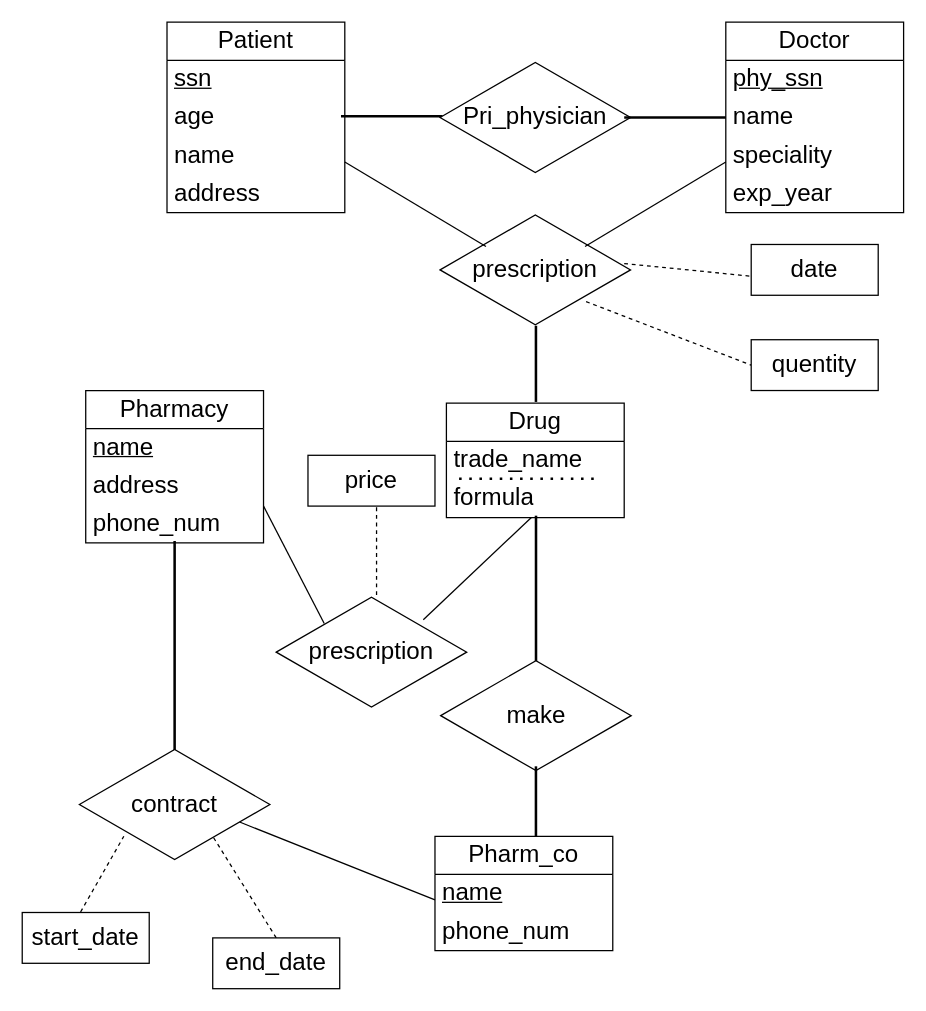
ghostfly23333/homework_for_CICD keeps this draw.io diagram as page "Page-1" (1 of 7) of 未命名绘图.drawio. Above is the earlier version. Source tidied: cells renumbered, new cells numbered last; positions are measured from the earlier drawing's top-left corner, leaving out a move shared by most shapes. Both pictures are drawn from the tidied source at 127%, with x=0, y=0 at pixel (22, 22).
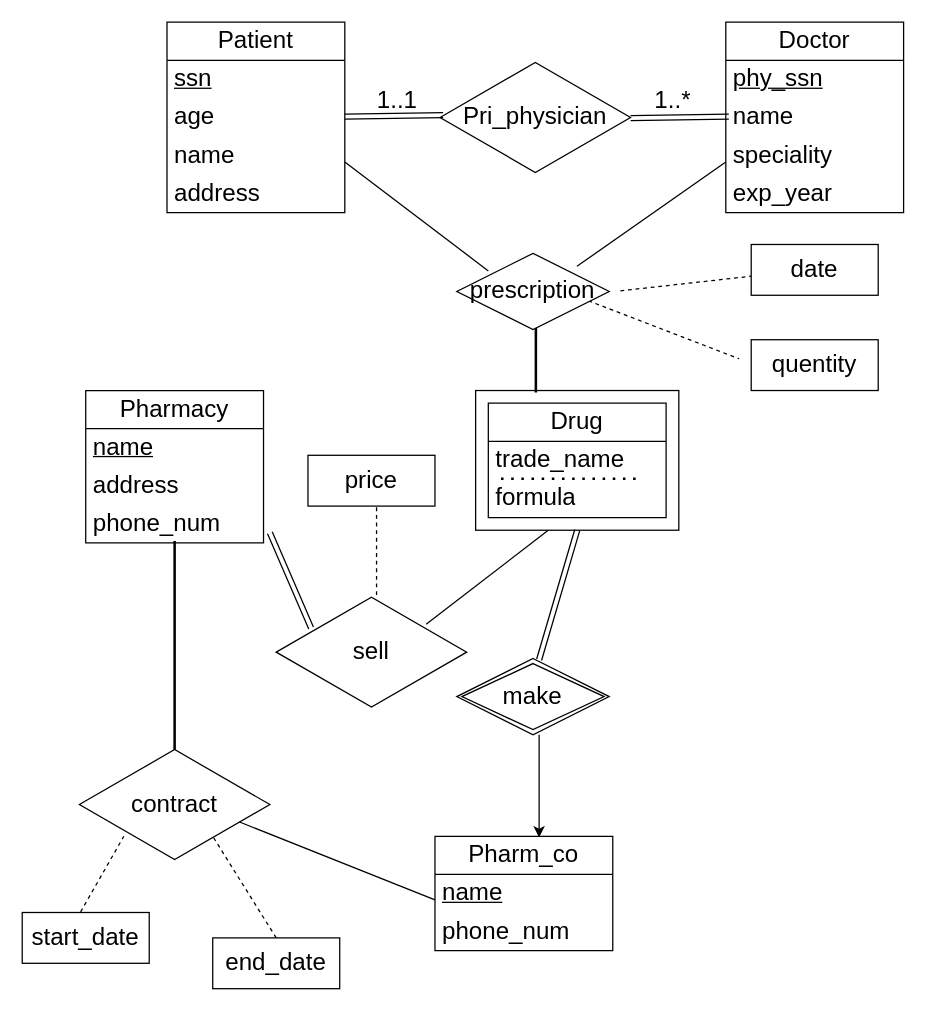
After the change.

The change refers to these unchanged cells:
```xml
<mxCell id="16" value="Pharm_co" style="swimlane;fontStyle=0;horizontal=1;startSize=30;whiteSpace=wrap;html=1;fontSize=19;" parent="1" vertex="1">
  <mxGeometry x="325" y="641" width="140" height="90" as="geometry" />
</mxCell>
<mxCell id="24" value="Pri_physician" style="html=1;whiteSpace=wrap;shape=isoRectangle;fontSize=19;" parent="1" vertex="1">
  <mxGeometry x="329" y="30" width="150" height="90" as="geometry" />
</mxCell>
<mxCell id="40" value="contract" style="html=1;whiteSpace=wrap;shape=isoRectangle;fontSize=19;" parent="1" vertex="1">
  <mxGeometry x="45" y="571" width="150" height="90" as="geometry" />
</mxCell>
```

Change to the diagram source:
```diff
@@
+    <mxCell id="49" style="rounded=0;whiteSpace=wrap;html=1;fontSize=19;" parent="1" vertex="1">
+      <mxGeometry x="357" y="290" width="160" height="110" as="geometry" />
+    </mxCell>
@@
+    <mxCell id="50" style="endArrow=classic;html=1;rounded=0;fontSize=19;" parent="16" edge="1">
+      <mxGeometry relative="1" as="geometry">
+        <mxPoint x="82" y="-80" as="sourcePoint" />
+        <mxPoint x="82" y="1" as="targetPoint" />
+      </mxGeometry>
+    </mxCell>
@@
     <mxCell id="19" value="Drug" style="swimlane;fontStyle=0;horizontal=1;startSize=30;whiteSpace=wrap;html=1;fontSize=19;" parent="1" vertex="1">
-      <mxGeometry x="334" y="300" width="140" height="90" as="geometry" />
+      <mxGeometry x="367" y="300" width="140" height="90" as="geometry" />
     </mxCell>
@@
-    <mxCell id="23" style="line;strokeWidth=2;html=1;fontSize=19;" parent="1" vertex="1">
-      <mxGeometry x="251" y="64" width="80" height="20" as="geometry" />
-    </mxCell>
@@
-    <mxCell id="25" style="line;strokeWidth=2;html=1;fontSize=19;" parent="1" vertex="1">
-      <mxGeometry x="474" y="70" width="80" height="10" as="geometry" />
-    </mxCell>
-    <mxCell id="26" value="prescription" style="html=1;whiteSpace=wrap;shape=isoRectangle;fontSize=19;" parent="1" vertex="1">
-      <mxGeometry x="329" y="150" width="150" height="90" as="geometry" />
-    </mxCell>
-    <mxCell id="27" style="endArrow=none;html=1;rounded=0;fontSize=19;entryX=0.241;entryY=0.296;entryDx=0;entryDy=0;entryPerimeter=0;" parent="1" edge="1" target="26">
+    <mxCell id="27" style="endArrow=none;html=1;rounded=0;fontSize=19;entryX=0.241;entryY=0.296;entryDx=0;entryDy=0;entryPerimeter=0;" parent="1" edge="1">
       <mxGeometry relative="1" as="geometry">
         <mxPoint x="254" y="110" as="sourcePoint" />
+        <mxPoint x="367" y="195.8" as="targetPoint" />
       </mxGeometry>
     </mxCell>
-    <mxCell id="28" style="endArrow=none;html=1;rounded=0;fontSize=19;exitX=0.761;exitY=0.296;exitDx=0;exitDy=0;exitPerimeter=0;" parent="1" edge="1" source="26">
+    <mxCell id="28" style="endArrow=none;html=1;rounded=0;fontSize=19;exitX=1;exitY=0;exitDx=0;exitDy=0;" parent="1" edge="1">
       <mxGeometry relative="1" as="geometry">
+        <mxPoint x="436.8" y="192.2" as="sourcePoint" />
         <mxPoint x="554" y="110" as="targetPoint" />
       </mxGeometry>
     </mxCell>
-    <mxCell id="29" style="endArrow=none;dashed=1;html=1;rounded=0;fontSize=19;" parent="1" edge="1">
+    <mxCell id="29" style="endArrow=none;dashed=1;html=1;rounded=0;fontSize=19;exitX=1;exitY=0.5;exitDx=0;exitDy=0;" parent="1" edge="1">
       <mxGeometry relative="1" as="geometry">
-        <mxPoint x="474" y="190" as="sourcePoint" />
+        <mxPoint x="471" y="211.5" as="sourcePoint" />
         <mxPoint x="574" y="200" as="targetPoint" />
       </mxGeometry>
     </mxCell>
     <mxCell id="30" style="endArrow=none;dashed=1;html=1;rounded=0;fontSize=19;" parent="1" edge="1">
       <mxGeometry relative="1" as="geometry">
-        <mxPoint x="444" y="220" as="sourcePoint" />
-        <mxPoint x="574" y="270" as="targetPoint" />
+        <mxPoint x="434.5" y="215" as="sourcePoint" />
+        <mxPoint x="564.5" y="265" as="targetPoint" />
       </mxGeometry>
     </mxCell>
@@
     <mxCell id="33" style="line;strokeWidth=2;html=1;fontSize=19;rotation=90;" parent="1" vertex="1">
-      <mxGeometry x="374.5" y="201.5" width="60" height="135" as="geometry" />
+      <mxGeometry x="378.2" y="197.8" width="52.5" height="135" as="geometry" />
     </mxCell>
-    <mxCell id="34" value="prescription" style="html=1;whiteSpace=wrap;shape=isoRectangle;fontSize=19;" parent="1" vertex="1">
+    <mxCell id="34" value="sell" style="html=1;whiteSpace=wrap;shape=isoRectangle;fontSize=19;" parent="1" vertex="1">
       <mxGeometry x="200" y="451" width="150" height="90" as="geometry" />
     </mxCell>
-    <mxCell id="35" style="endArrow=none;html=1;rounded=0;fontSize=19;exitX=0.772;exitY=0.217;exitDx=0;exitDy=0;exitPerimeter=0;" parent="1" edge="1" source="34">
-      <mxGeometry relative="1" as="geometry">
-        <mxPoint x="400.9" y="390" as="targetPoint" />
-      </mxGeometry>
-    </mxCell>
-    <mxCell id="36" style="endArrow=none;html=1;rounded=0;fontSize=19;entryX=0.252;entryY=0.249;entryDx=0;entryDy=0;entryPerimeter=0;" parent="1" edge="1" target="34">
-      <mxGeometry relative="1" as="geometry">
-        <mxPoint x="190" y="381" as="sourcePoint" />
-      </mxGeometry>
-    </mxCell>
@@
-    <mxCell id="45" style="line;strokeWidth=2;html=1;fontSize=19;rotation=90;" parent="1" vertex="1">
-      <mxGeometry x="346.8" y="378.8" width="115.5" height="135" as="geometry" />
-    </mxCell>
+    <mxCell id="48" style="endArrow=none;html=1;rounded=0;fontSize=19;exitX=0.841;exitY=0.653;exitDx=0;exitDy=0;exitPerimeter=0;" parent="1" edge="1" source="40">
+      <mxGeometry relative="1" as="geometry">
+        <mxPoint x="325" y="691" as="targetPoint" />
+      </mxGeometry>
+    </mxCell>
+    <mxCell id="26" value="prescription" style="shape=rhombus;perimeter=rhombusPerimeter;whiteSpace=wrap;html=1;align=center;fontSize=19;" parent="1" vertex="1">
+      <mxGeometry x="342.2" y="182" width="120" height="60" as="geometry" />
+    </mxCell>
-    <mxCell id="46" value="make" style="html=1;whiteSpace=wrap;shape=isoRectangle;fontSize=19;" parent="1" vertex="1">
-      <mxGeometry x="329.5" y="501" width="150" height="90" as="geometry" />
+    <mxCell id="46" value="make" style="shape=rhombus;double=1;perimeter=rhombusPerimeter;whiteSpace=wrap;html=1;align=center;fontSize=19;" parent="1" vertex="1">
+      <mxGeometry x="342.2" y="501" width="120" height="60" as="geometry" />
     </mxCell>
-    <mxCell id="47" style="line;strokeWidth=2;html=1;fontSize=19;rotation=90;" parent="1" vertex="1">
-      <mxGeometry x="376.7" y="546.2" width="55.6" height="135" as="geometry" />
-    </mxCell>
-    <mxCell id="48" style="endArrow=none;html=1;rounded=0;fontSize=19;exitX=0.841;exitY=0.653;exitDx=0;exitDy=0;exitPerimeter=0;" parent="1" edge="1" source="40">
-      <mxGeometry relative="1" as="geometry">
-        <mxPoint x="325" y="691" as="targetPoint" />
-      </mxGeometry>
-    </mxCell>
+    <mxCell id="51" style="shape=link;html=1;rounded=0;fontSize=19;entryX=0.016;entryY=0.479;entryDx=0;entryDy=0;entryPerimeter=0;" parent="1" edge="1" target="24">
+      <mxGeometry relative="1" as="geometry">
+        <mxPoint x="254" y="74.3" as="sourcePoint" />
+      </mxGeometry>
+    </mxCell>
+    <mxCell id="52" style="shape=link;html=1;rounded=0;fontSize=19;entryX=0.016;entryY=0.479;entryDx=0;entryDy=0;entryPerimeter=0;" parent="1" edge="1">
+      <mxGeometry relative="1" as="geometry">
+        <mxPoint x="479" y="75.5" as="sourcePoint" />
+        <mxPoint x="556.4" y="74.3" as="targetPoint" />
+      </mxGeometry>
+    </mxCell>
+    <mxCell id="53" value="1..1" style="text;html=1;align=center;verticalAlign=middle;strokeColor=none;fillColor=none;fontSize=19;" parent="1" vertex="1">
+      <mxGeometry x="265" y="42" width="60" height="40" as="geometry" />
+    </mxCell>
+    <mxCell id="54" value="1..*" style="text;html=1;align=center;verticalAlign=middle;strokeColor=none;fillColor=none;fontSize=19;" parent="1" vertex="1">
+      <mxGeometry x="487" y="42" width="50" height="40" as="geometry" />
+    </mxCell>
+    <mxCell id="55" style="shape=link;html=1;rounded=0;fontSize=19;entryX=0.016;entryY=0.479;entryDx=0;entryDy=0;entryPerimeter=0;exitX=0.183;exitY=0.288;exitDx=0;exitDy=0;exitPerimeter=0;" parent="1" edge="1" source="34">
+      <mxGeometry relative="1" as="geometry">
+        <mxPoint x="195" y="402" as="targetPoint" />
+      </mxGeometry>
+    </mxCell>
+    <mxCell id="56" style="shape=link;html=1;rounded=0;fontSize=19;exitX=0.5;exitY=1;exitDx=0;exitDy=0;" parent="1" edge="1" source="49">
+      <mxGeometry relative="1" as="geometry">
+        <mxPoint x="407" y="502" as="targetPoint" />
+      </mxGeometry>
+    </mxCell>
+    <mxCell id="57" style="endArrow=none;html=1;rounded=0;fontSize=19;exitX=0.787;exitY=0.257;exitDx=0;exitDy=0;exitPerimeter=0;" parent="1" edge="1" source="34">
+      <mxGeometry relative="1" as="geometry">
+        <mxPoint x="414.2" y="400" as="targetPoint" />
+      </mxGeometry>
+    </mxCell>
```
